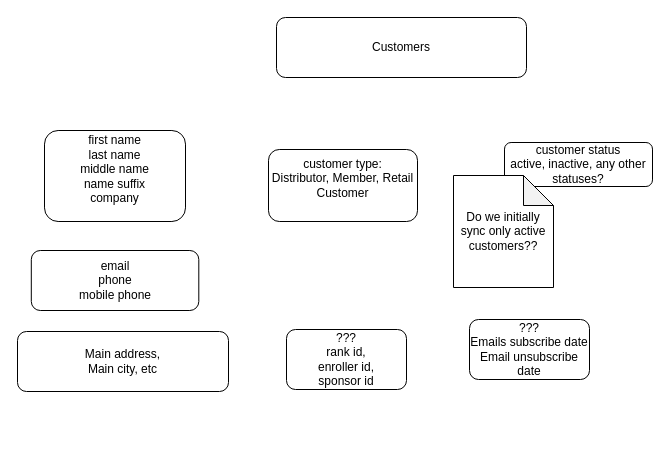
This is page "Customers model" (1 of 2) of Untitled Diagram.drawio from alexrsunrise/diagrams, a draw.io file, before an edit. Source tidied: cells renumbered, new cells numbered last; positions are measured from the earlier drawing's top-left corner, leaving out a move shared by most shapes. Both pictures are drawn from the tidied source at 100%, with x=0, y=0 at pixel (17, 17).
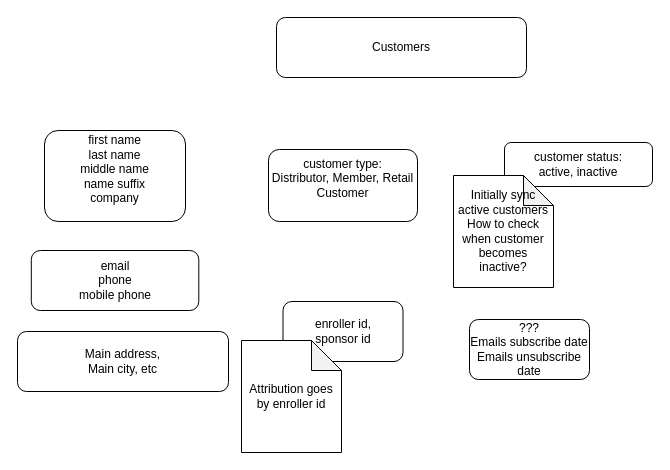
After the change.

The edit, as a diff of the source:
```diff
@@
 <mxGraphModel>
   <root>
     <mxCell id="0" />
     <mxCell id="1" parent="0" />
     <mxCell id="2" value="Customers" style="rounded=1;whiteSpace=wrap;html=1;" parent="1" vertex="1">
       <mxGeometry x="259" width="250" height="60" as="geometry" />
     </mxCell>
     <mxCell id="3" value="first name&lt;div&gt;last name&lt;/div&gt;&lt;div&gt;middle name&lt;/div&gt;&lt;div&gt;name suffix&lt;/div&gt;&lt;div&gt;company&lt;/div&gt;&lt;div&gt;&lt;br&gt;&lt;/div&gt;" style="rounded=1;whiteSpace=wrap;html=1;" parent="1" vertex="1">
       <mxGeometry x="27" y="113" width="141" height="91" as="geometry" />
     </mxCell>
     <mxCell id="4" value="customer type:&lt;div&gt;Distributor, Member, Retail Customer&lt;br&gt;&lt;div&gt;&lt;br&gt;&lt;/div&gt;&lt;/div&gt;" style="rounded=1;whiteSpace=wrap;html=1;" parent="1" vertex="1">
       <mxGeometry x="251" y="132" width="149" height="72" as="geometry" />
     </mxCell>
-    <mxCell id="5" value="customer status&lt;div&gt;active, inactive, any other statuses?&lt;/div&gt;" style="rounded=1;whiteSpace=wrap;html=1;" parent="1" vertex="1">
+    <mxCell id="5" value="customer status:&lt;div&gt;active, inactive&lt;/div&gt;" style="rounded=1;whiteSpace=wrap;html=1;" parent="1" vertex="1">
       <mxGeometry x="487" y="125" width="148" height="44" as="geometry" />
     </mxCell>
     <mxCell id="6" value="email&lt;div&gt;phone&lt;/div&gt;&lt;div&gt;mobile phone&lt;/div&gt;" style="rounded=1;whiteSpace=wrap;html=1;" parent="1" vertex="1">
       <mxGeometry x="13.8" y="233" width="167.5" height="60" as="geometry" />
     </mxCell>
     <mxCell id="7" value="Main address,&lt;div&gt;Main city, etc&lt;/div&gt;" style="rounded=1;whiteSpace=wrap;html=1;" parent="1" vertex="1">
       <mxGeometry y="314" width="211" height="60" as="geometry" />
     </mxCell>
-    <mxCell id="8" value="Do we initially sync only active customers??" style="shape=note;whiteSpace=wrap;html=1;backgroundOutline=1;darkOpacity=0.05;" parent="1" vertex="1">
+    <mxCell id="8" value="Initially sync active customers&lt;div&gt;How to check when customer becomes inactive?&lt;/div&gt;" style="shape=note;whiteSpace=wrap;html=1;backgroundOutline=1;darkOpacity=0.05;" parent="1" vertex="1">
       <mxGeometry x="436" y="158" width="100" height="112" as="geometry" />
     </mxCell>
-    <mxCell id="9" value="???&lt;div&gt;rank id,&lt;div&gt;enroller id,&lt;/div&gt;&lt;div&gt;sponsor id&lt;/div&gt;&lt;/div&gt;" style="rounded=1;whiteSpace=wrap;html=1;" parent="1" vertex="1">
-      <mxGeometry x="269" y="312" width="120" height="60" as="geometry" />
+    <mxCell id="9" value="&lt;div&gt;&lt;div&gt;enroller id,&lt;/div&gt;&lt;div&gt;sponsor id&lt;/div&gt;&lt;/div&gt;" style="rounded=1;whiteSpace=wrap;html=1;" parent="1" vertex="1">
+      <mxGeometry x="265.5" y="284" width="120" height="60" as="geometry" />
     </mxCell>
-    <mxCell id="10" value="???&lt;div&gt;Emails subscribe date&lt;div&gt;Email unsubscribe date&lt;/div&gt;&lt;/div&gt;" style="rounded=1;whiteSpace=wrap;html=1;" parent="1" vertex="1">
+    <mxCell id="10" value="???&lt;div&gt;Emails subscribe date&lt;div&gt;Emails unsubscribe date&lt;/div&gt;&lt;/div&gt;" style="rounded=1;whiteSpace=wrap;html=1;" parent="1" vertex="1">
       <mxGeometry x="452" y="302" width="120" height="60" as="geometry" />
     </mxCell>
+    <mxCell id="11" value="Attribution goes by enroller id" style="shape=note;whiteSpace=wrap;html=1;backgroundOutline=1;darkOpacity=0.05;" parent="1" vertex="1">
+      <mxGeometry x="224" y="323" width="100" height="112" as="geometry" />
+    </mxCell>
   </root>
 </mxGraphModel>
```
